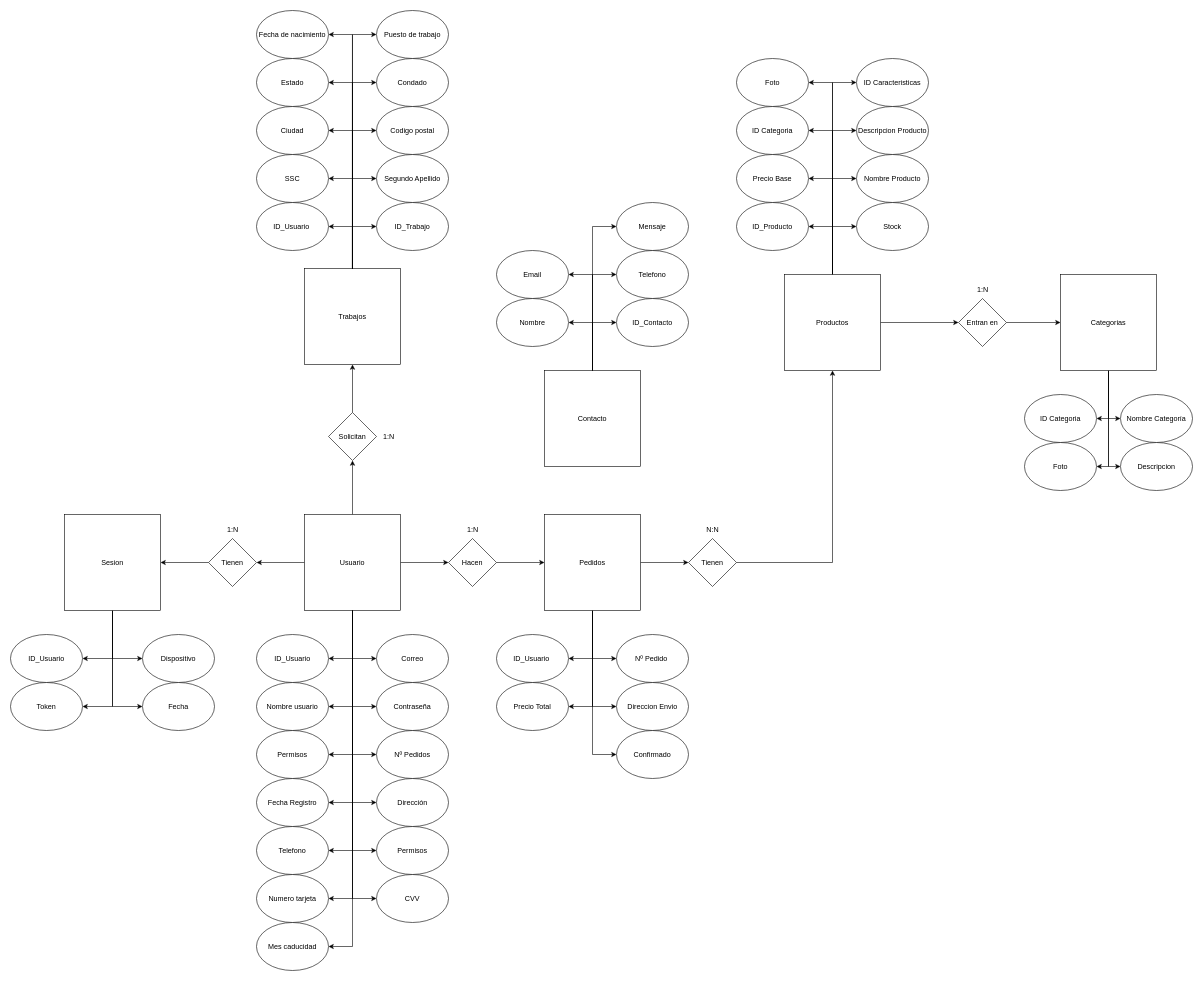
This is page "Modelo Relacional" (1 of 2) of BBDDTFG.drawio from meeeww/tfg_server, a draw.io file, before an edit. Source tidied: cells renumbered, new cells numbered last; positions are measured from the earlier drawing's top-left corner, leaving out a move shared by most shapes. Both pictures are drawn from the tidied source at 60%, with x=0, y=0 at pixel (10, 10).
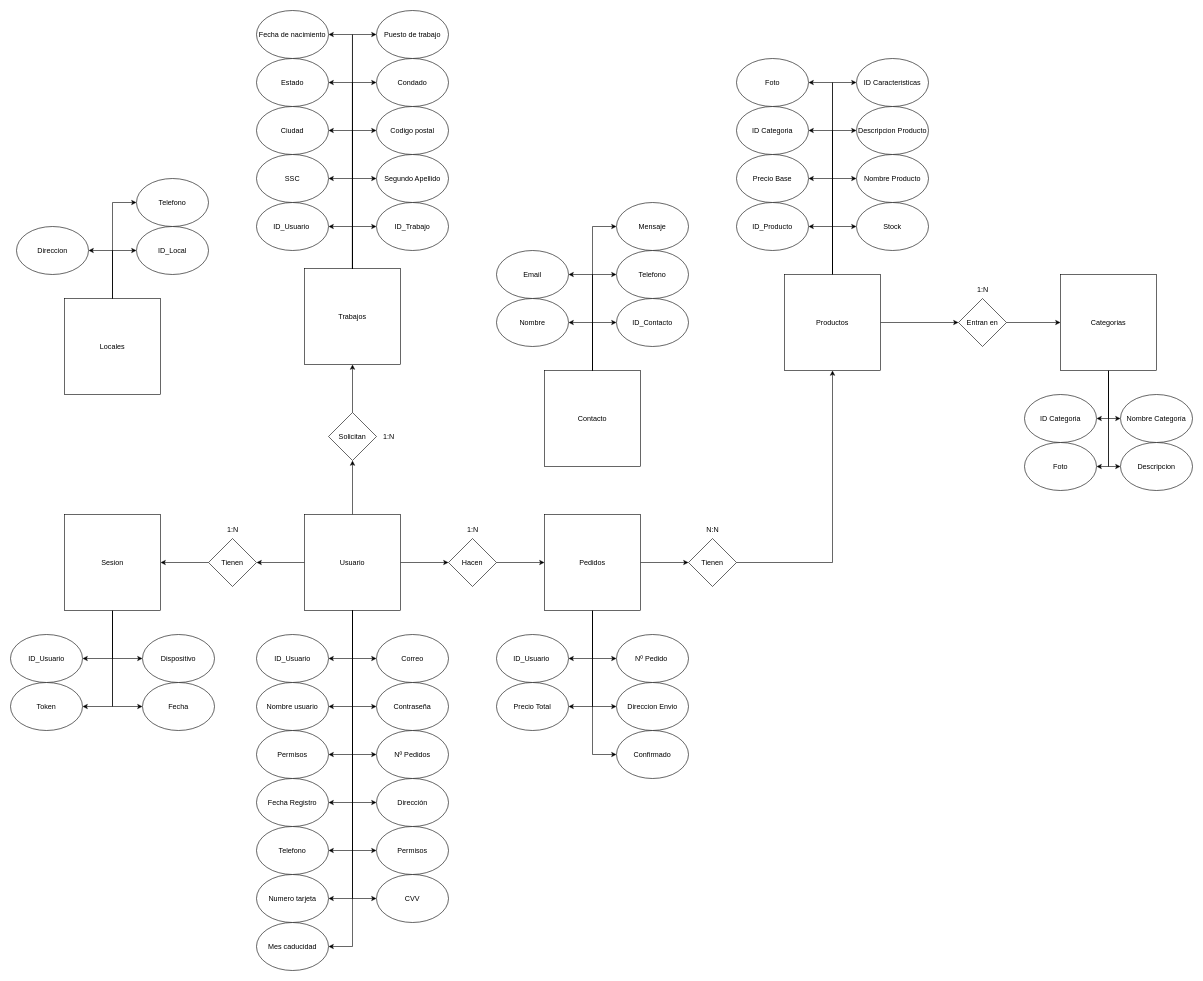
The same diagram, later.

Change to the diagram source:
```diff
@@
+    <mxCell id="128" value="Locales" style="whiteSpace=wrap;html=1;" parent="1" vertex="1">
+      <mxGeometry x="90" y="480" width="160" height="160" as="geometry" />
+    </mxCell>
+    <mxCell id="129" value="ID_Local" style="ellipse;whiteSpace=wrap;html=1;" parent="1" vertex="1">
+      <mxGeometry x="210" y="360" width="120" height="80" as="geometry" />
+    </mxCell>
+    <mxCell id="130" style="edgeStyle=orthogonalEdgeStyle;rounded=0;jettySize=auto;html=1;entryX=0;entryY=0.5;entryDx=0;entryDy=0;exitX=0.5;exitY=0;exitDx=0;exitDy=0;" parent="1" edge="1" source="128" target="129">
+      <mxGeometry relative="1" as="geometry">
+        <Array as="points">
+          <mxPoint x="170" y="400" />
+        </Array>
+      </mxGeometry>
+    </mxCell>
+    <mxCell id="131" value="Direccion" style="ellipse;whiteSpace=wrap;html=1;" parent="1" vertex="1">
+      <mxGeometry x="10" y="360" width="120" height="80" as="geometry" />
+    </mxCell>
+    <mxCell id="132" style="edgeStyle=orthogonalEdgeStyle;rounded=0;jettySize=auto;html=1;exitX=0.5;exitY=0;exitDx=0;exitDy=0;" parent="1" edge="1" target="131">
+      <mxGeometry relative="1" as="geometry">
+        <mxPoint x="170" y="480" as="sourcePoint" />
+        <Array as="points">
+          <mxPoint x="170" y="400" />
+        </Array>
+      </mxGeometry>
+    </mxCell>
+    <mxCell id="133" value="Telefono" style="ellipse;whiteSpace=wrap;html=1;" parent="1" vertex="1">
+      <mxGeometry x="210" y="280" width="120" height="80" as="geometry" />
+    </mxCell>
+    <mxCell id="134" style="edgeStyle=orthogonalEdgeStyle;rounded=0;jettySize=auto;html=1;exitX=0.5;exitY=0;exitDx=0;exitDy=0;entryX=0;entryY=0.5;entryDx=0;entryDy=0;" parent="1" edge="1" target="133">
+      <mxGeometry relative="1" as="geometry">
+        <mxPoint x="170" y="480" as="sourcePoint" />
+        <Array as="points">
+          <mxPoint x="170" y="320" />
+        </Array>
+      </mxGeometry>
+    </mxCell>
```
